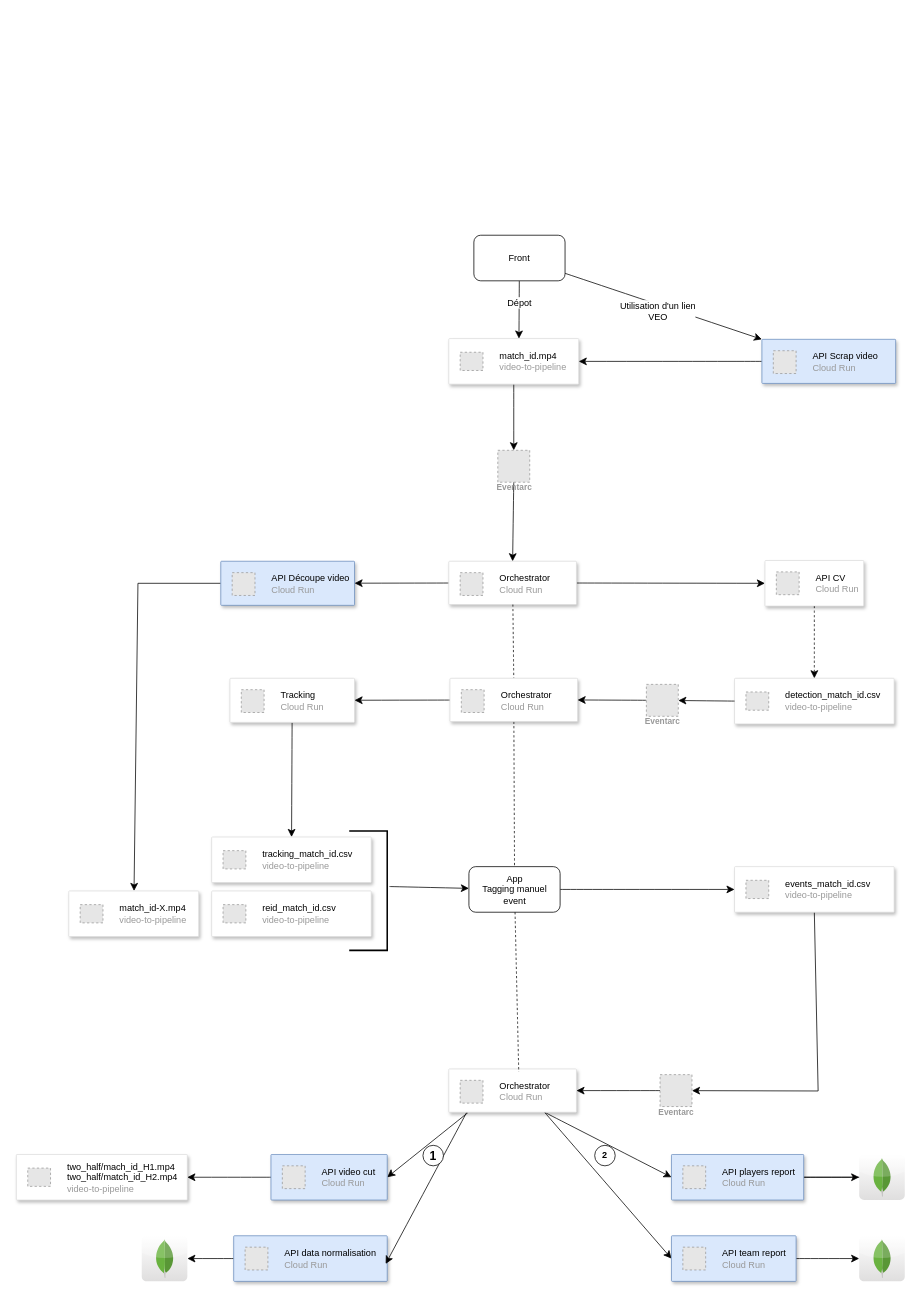
Earlier version of the draw.io diagram page "Full DS" (1 of 4) of Untitled Diagram.drawio (clairesecehDS/logo). Source tidied: cells renumbered, new cells numbered last; positions are measured from the earlier drawing's top-left corner, leaving out a move shared by most shapes. Both pictures are drawn from the tidied source at 76%, with x=0, y=0 at pixel (16, 235). Pictures stored in the file or linked from it are replaced by grey dashed boxes.
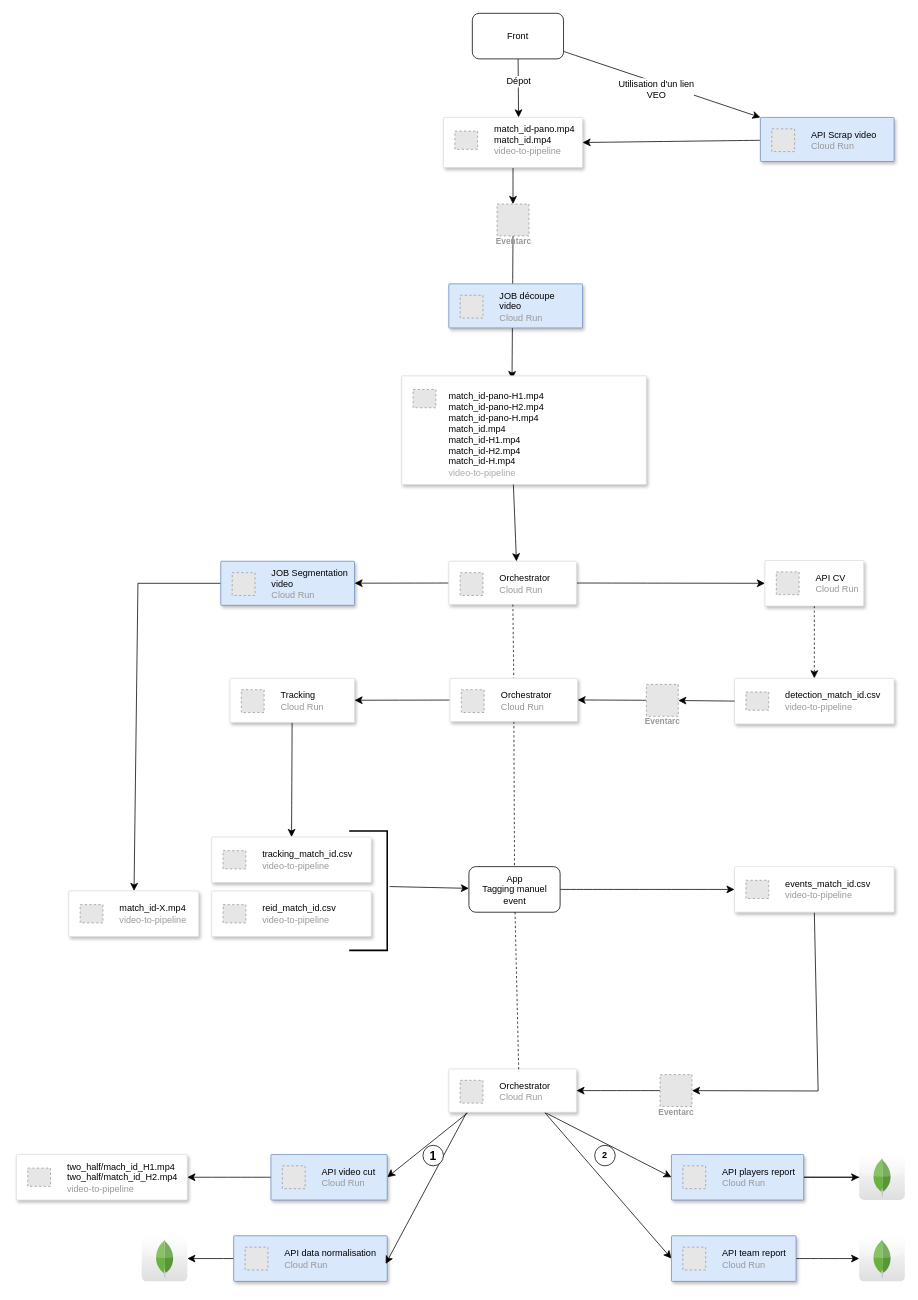
The same page after the edit.

The change refers to these unchanged cells:
```xml
<mxCell id="41" style="strokeColor=#dddddd;shadow=1;strokeWidth=1;rounded=1;absoluteArcSize=1;arcSize=2;" parent="1" vertex="1">
  <mxGeometry x="569" y="429" width="168" height="57" as="geometry" />
</mxCell>
<mxCell id="60" style="strokeColor=#6c8ebf;shadow=1;strokeWidth=1;rounded=1;absoluteArcSize=1;arcSize=2;fillColor=#dae8fc;" parent="1" vertex="1">
  <mxGeometry x="269" y="429" width="176" height="58" as="geometry" />
</mxCell>
```

Change to the diagram source:
```diff
@@
     <mxCell id="4" value="Front" style="rounded=1;whiteSpace=wrap;html=1;" parent="1" vertex="1">
-      <mxGeometry x="602" width="120" height="60" as="geometry" />
+      <mxGeometry x="600" y="-292" width="120" height="60" as="geometry" />
     </mxCell>
@@
     <mxCell id="6" style="strokeColor=#dddddd;shadow=1;strokeWidth=1;rounded=1;absoluteArcSize=1;arcSize=2;" parent="1" vertex="1">
-      <mxGeometry x="569" y="136" width="171" height="60" as="geometry" />
+      <mxGeometry x="562" y="-155" width="183" height="66" as="geometry" />
     </mxCell>
-    <mxCell id="7" value="&lt;font color=&quot;#000000&quot;&gt;match_id.mp4&lt;/font&gt;&lt;br&gt;video-to-pipeline" style="fillColor=#E6E6E6;strokeColor=#999999;dashed=1;html=1;fontColor=#999999;verticalLabelPosition=middle;verticalAlign=middle;labelPosition=right;align=left;spacingLeft=20;" parent="6" vertex="1">
+    <mxCell id="7" value="&lt;div&gt;&lt;font color=&quot;#000000&quot;&gt;match_id-pano.mp4&lt;/font&gt;&lt;/div&gt;&lt;div&gt;&lt;font color=&quot;#000000&quot;&gt;match_id.mp4&lt;/font&gt;&lt;/div&gt;video-to-pipeline" style="fillColor=#E6E6E6;strokeColor=#999999;dashed=1;html=1;fontColor=#999999;verticalLabelPosition=middle;verticalAlign=middle;labelPosition=right;align=left;spacingLeft=20;" parent="6" vertex="1">
       <mxGeometry width="30" height="24" relative="1" as="geometry">
         <mxPoint x="15" y="18" as="offset" />
       </mxGeometry>
     </mxCell>
-    <mxCell id="8" style="edgeStyle=none;curved=1;rounded=0;jettySize=auto;html=1;fontSize=12;startSize=8;endSize=8;entryX=0.5;entryY=0;entryDx=0;entryDy=0;exitX=0.5;exitY=1;exitDx=0;exitDy=0;" parent="1" edge="1" source="9" target="41">
+    <mxCell id="8" style="edgeStyle=none;curved=1;rounded=0;jettySize=auto;html=1;fontSize=12;startSize=8;endSize=8;entryX=0.451;entryY=0.03;entryDx=0;entryDy=0;exitX=0.5;exitY=1;exitDx=0;exitDy=0;entryPerimeter=0;" parent="1" edge="1" source="9" target="82">
       <mxGeometry relative="1" as="geometry" />
     </mxCell>
     <mxCell id="9" value="Eventarc" style="fillColor=#E6E6E6;strokeColor=#999999;dashed=1;html=1;verticalAlign=top;labelPosition=center;verticalLabelPosition=bottom;align=center;spacingTop=-6;fontSize=11;fontStyle=1;fontColor=#999999;" parent="1" vertex="1">
-      <mxGeometry x="633.5" y="283" width="42" height="42" as="geometry" />
+      <mxGeometry x="632.5" y="-41" width="42" height="42" as="geometry" />
     </mxCell>
@@
     <mxCell id="57" style="strokeColor=#6c8ebf;shadow=1;strokeWidth=1;rounded=1;absoluteArcSize=1;arcSize=2;fillColor=#dae8fc;" parent="1" vertex="1">
-      <mxGeometry x="981" y="137" width="176" height="58" as="geometry" />
+      <mxGeometry x="979" y="-155" width="176" height="58" as="geometry" />
     </mxCell>
@@
-    <mxCell id="61" value="&lt;div&gt;&lt;font color=&quot;#000000&quot;&gt;API Découpe video&lt;br&gt;&lt;/font&gt;&lt;/div&gt;&lt;div&gt;Cloud Run&lt;/div&gt;" style="fillColor=#E6E6E6;strokeColor=#999999;dashed=1;html=1;fontColor=#999999;verticalLabelPosition=middle;verticalAlign=middle;labelPosition=right;align=left;spacingLeft=20;" parent="60" vertex="1">
+    <mxCell id="61" value="&lt;div&gt;&lt;font color=&quot;#000000&quot;&gt;JOB Segmentation&lt;/font&gt;&lt;/div&gt;&lt;div&gt;&lt;font color=&quot;#000000&quot;&gt;video&lt;br&gt;&lt;/font&gt;&lt;/div&gt;&lt;div&gt;Cloud Run&lt;/div&gt;" style="fillColor=#E6E6E6;strokeColor=#999999;dashed=1;html=1;fontColor=#999999;verticalLabelPosition=middle;verticalAlign=middle;labelPosition=right;align=left;spacingLeft=20;" parent="60" vertex="1">
       <mxGeometry width="30" height="30" relative="1" as="geometry">
         <mxPoint x="15" y="15" as="offset" />
       </mxGeometry>
     </mxCell>
@@
+    <mxCell id="80" style="strokeColor=#6c8ebf;shadow=1;strokeWidth=1;rounded=1;absoluteArcSize=1;arcSize=2;fillColor=#dae8fc;" parent="1" vertex="1">
+      <mxGeometry x="569" y="64" width="176" height="58" as="geometry" />
+    </mxCell>
+    <mxCell id="81" value="&lt;div&gt;&lt;font color=&quot;#000000&quot;&gt;JOB découpe&lt;/font&gt;&lt;/div&gt;&lt;div&gt;&lt;font color=&quot;#000000&quot;&gt;video&lt;br&gt;&lt;/font&gt;&lt;/div&gt;&lt;div&gt;Cloud Run&lt;/div&gt;" style="fillColor=#E6E6E6;strokeColor=#999999;dashed=1;html=1;fontColor=#999999;verticalLabelPosition=middle;verticalAlign=middle;labelPosition=right;align=left;spacingLeft=20;" parent="80" vertex="1">
+      <mxGeometry width="30" height="30" relative="1" as="geometry">
+        <mxPoint x="15" y="15" as="offset" />
+      </mxGeometry>
+    </mxCell>
+    <mxCell id="82" style="strokeColor=#dddddd;shadow=1;strokeWidth=1;rounded=1;absoluteArcSize=1;arcSize=2;" parent="1" vertex="1">
+      <mxGeometry x="507" y="185" width="322" height="143" as="geometry" />
+    </mxCell>
+    <mxCell id="83" style="fillColor=#E6E6E6;strokeColor=#999999;dashed=1;html=1;fontColor=#999999;verticalLabelPosition=middle;verticalAlign=middle;labelPosition=right;align=left;spacingLeft=20;" parent="82" vertex="1">
+      <mxGeometry width="30" height="24" relative="1" as="geometry">
+        <mxPoint x="15" y="18" as="offset" />
+      </mxGeometry>
+    </mxCell>
+    <mxCell id="84" value="&lt;div align=&quot;left&quot;&gt;match_id-pano-H1.mp4&lt;br&gt;match_id-pano-H2.mp4&lt;br&gt;match_id-pano-H.mp4&lt;br&gt;match_id.mp4&lt;br&gt;match_id-H1.mp4&lt;br&gt;match_id-H2.mp4&lt;br&gt;match_id-H.mp4&lt;/div&gt;&lt;div align=&quot;left&quot;&gt;&lt;span style=&quot;color: light-dark(rgb(171, 171, 171), rgb(237, 237, 237));&quot;&gt;video-to-pipeline&lt;/span&gt;&lt;br&gt;&lt;/div&gt;" style="text;html=1;align=left;verticalAlign=middle;whiteSpace=wrap;rounded=0;" parent="82" vertex="1">
+      <mxGeometry x="60" y="65" width="262" height="24.9" as="geometry" />
+    </mxCell>
+    <mxCell id="85" style="edgeStyle=none;curved=1;rounded=0;jettySize=auto;html=1;fontSize=12;startSize=8;endSize=8;exitX=0.5;exitY=1;exitDx=0;exitDy=0;entryX=0.53;entryY=0;entryDx=0;entryDy=0;entryPerimeter=0;" parent="1" edge="1" target="41">
+      <mxGeometry relative="1" as="geometry">
+        <mxPoint x="654" y="328" as="sourcePoint" />
+      </mxGeometry>
+    </mxCell>
```
